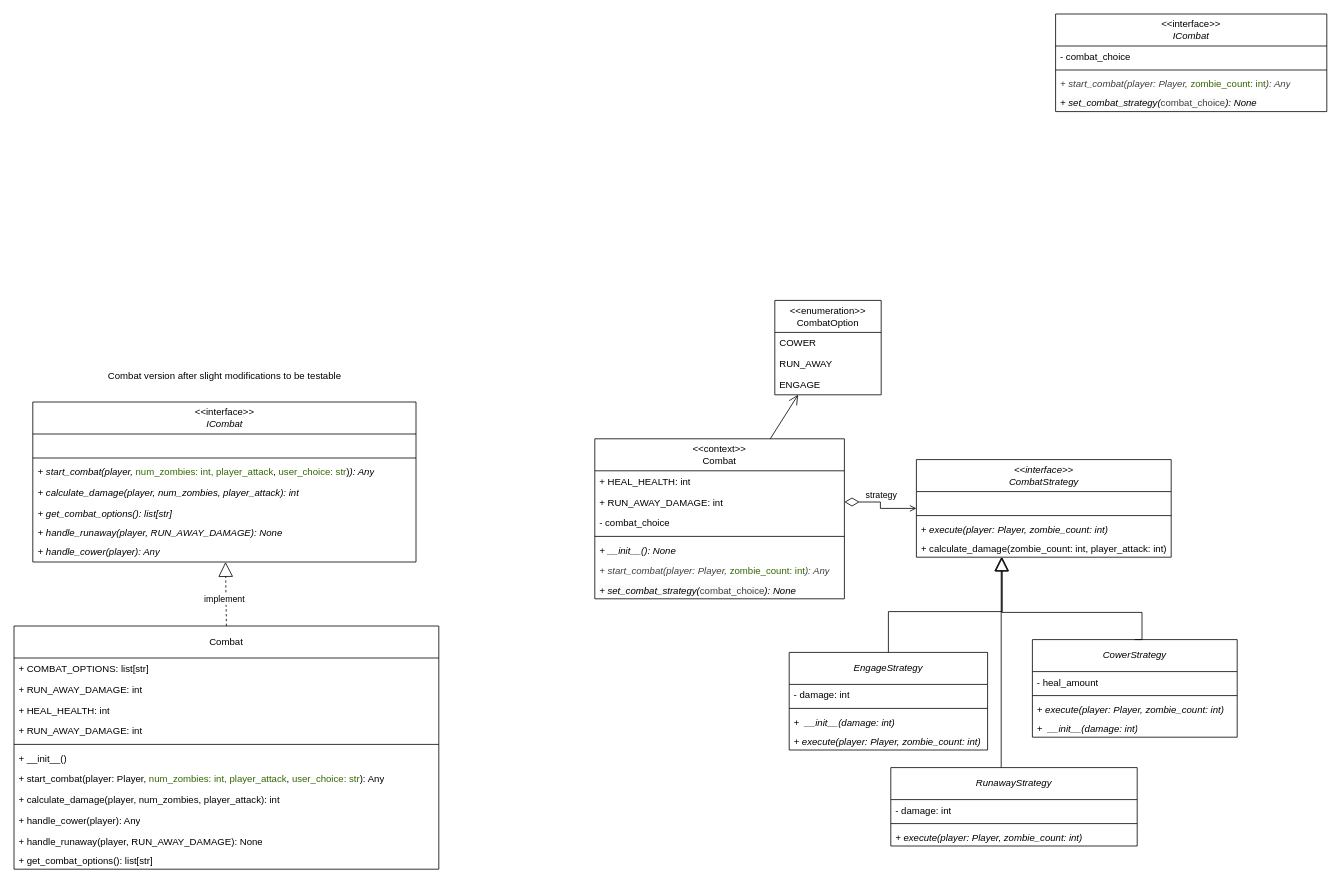
Above: page "combat_after" (1 of 2) of src/model_after_pattern/after_pattern.drawio in arsenie-sarmiento/ZombieInMyPocket (draw.io), before the change. Source tidied: cells renumbered, new cells numbered last; positions are measured from the earlier drawing's top-left corner, leaving out a move shared by most shapes. Both pictures are drawn from the tidied source at 80%, with x=0, y=0 at pixel (14, 14).
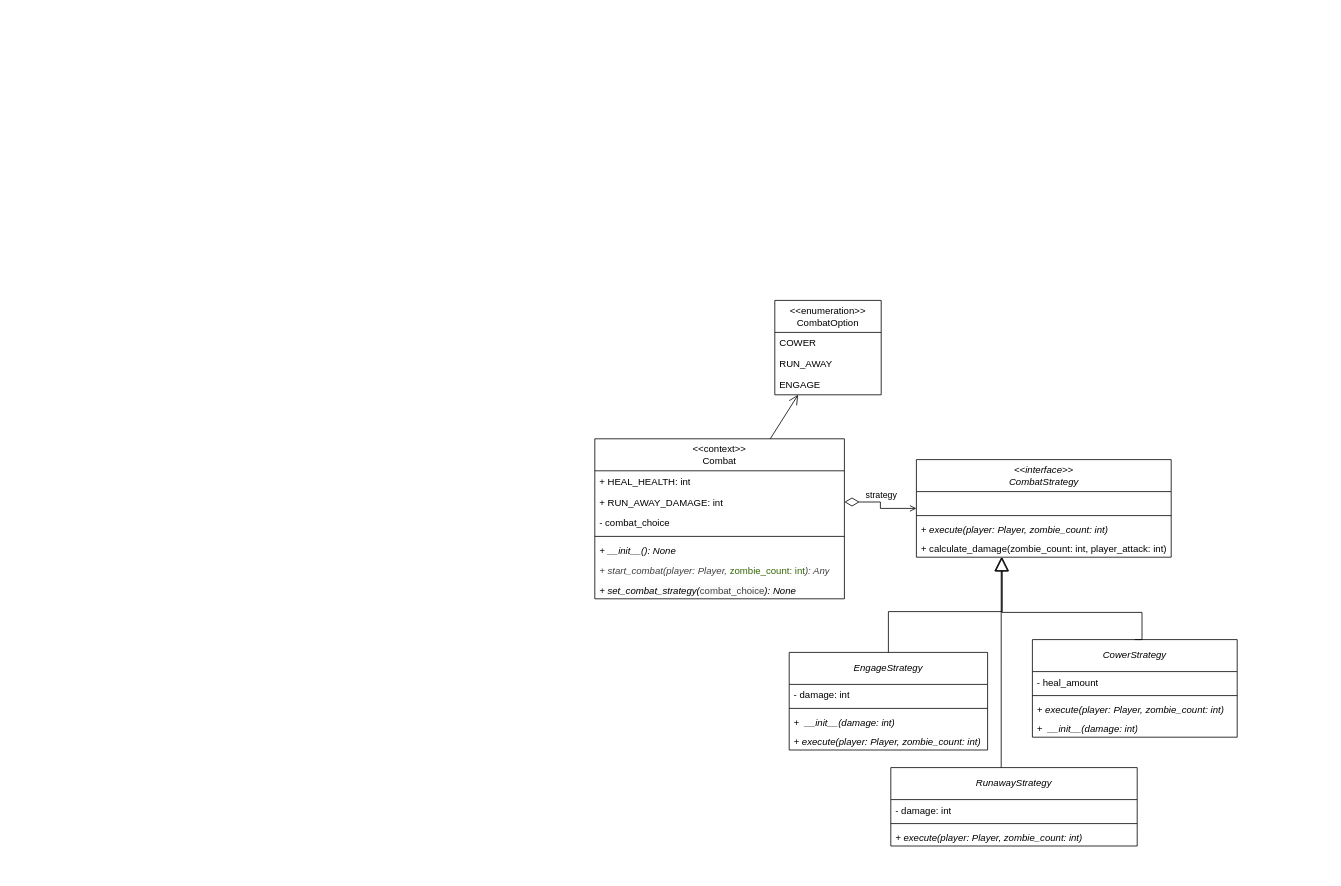
The same diagram, later.

Commit message (it also covers changes not shown here):
created decorator files, deleted other gametime after files

What changed in the source:
```diff
@@
-    <mxCell id="2" value="Combat version after slight modifications to be testable" style="text;html=1;align=center;verticalAlign=middle;strokeColor=none;fillColor=none;" parent="1" vertex="1">
-      <mxGeometry x="108.5" y="440" width="309" height="26" as="geometry" />
-    </mxCell>
-    <mxCell id="3" value="Combat" style="swimlane;fontStyle=0;horizontal=1;startSize=40;fillColor=none;whiteSpace=wrap;html=1;" parent="1" vertex="1">
-      <mxGeometry y="765" width="531" height="304" as="geometry" />
-    </mxCell>
-    <mxCell id="4" value="+ COMBAT_OPTIONS: list[str]" style="text;strokeColor=none;fillColor=none;align=left;verticalAlign=top;spacingLeft=4;spacingRight=4;overflow=hidden;whiteSpace=wrap;html=1;" parent="3" vertex="1">
-      <mxGeometry y="40" width="531" height="26" as="geometry" />
-    </mxCell>
-    <mxCell id="5" value="+ RUN_AWAY_DAMAGE: int" style="text;strokeColor=none;fillColor=none;align=left;verticalAlign=top;spacingLeft=4;spacingRight=4;overflow=hidden;whiteSpace=wrap;html=1;" parent="3" vertex="1">
-      <mxGeometry y="66" width="531" height="26" as="geometry" />
-    </mxCell>
-    <mxCell id="6" value="&lt;span style=&quot;color: rgb(0, 0, 0);&quot;&gt;+ HEAL_HEALTH: int&lt;/span&gt;" style="text;strokeColor=none;fillColor=none;align=left;verticalAlign=top;spacingLeft=4;spacingRight=4;overflow=hidden;whiteSpace=wrap;html=1;" parent="3" vertex="1">
-      <mxGeometry y="92" width="531" height="26" as="geometry" />
-    </mxCell>
-    <mxCell id="7" value="&lt;span style=&quot;color: rgb(0, 0, 0);&quot;&gt;+ RUN_AWAY_DAMAGE: int&lt;/span&gt;" style="text;strokeColor=none;fillColor=none;align=left;verticalAlign=top;spacingLeft=4;spacingRight=4;overflow=hidden;whiteSpace=wrap;html=1;" parent="3" vertex="1">
-      <mxGeometry y="118" width="531" height="26" as="geometry" />
-    </mxCell>
-    <mxCell id="8" style="line;strokeWidth=1;fillColor=none;align=left;verticalAlign=middle;spacingTop=-1;spacingLeft=3;spacingRight=3;labelPosition=right;strokeColor=inherit;" parent="3" vertex="1">
-      <mxGeometry y="144" width="531" height="8" as="geometry" />
-    </mxCell>
-    <mxCell id="9" value="+&amp;nbsp;__init__()" style="text;strokeColor=none;fillColor=none;align=left;verticalAlign=top;spacingLeft=4;spacingRight=4;overflow=hidden;whiteSpace=wrap;html=1;fontStyle=0;" parent="3" vertex="1">
-      <mxGeometry y="152" width="531" height="26" as="geometry" />
-    </mxCell>
-    <mxCell id="10" value="+&amp;nbsp;start_combat(player: Player, &lt;font style=&quot;color: rgb(51, 102, 0);&quot;&gt;num_zombies: int, player_attack&lt;/font&gt;,&amp;nbsp;&lt;font style=&quot;color: rgb(51, 102, 0);&quot;&gt;user_choice: str&lt;/font&gt;): Any" style="text;strokeColor=none;fillColor=none;align=left;verticalAlign=top;spacingLeft=4;spacingRight=4;overflow=hidden;whiteSpace=wrap;html=1;fontStyle=0;" parent="3" vertex="1">
-      <mxGeometry y="178" width="531" height="26" as="geometry" />
-    </mxCell>
-    <mxCell id="11" value="+&amp;nbsp;calculate_damage(player, num_zombies, player_attack): int" style="text;strokeColor=none;fillColor=none;align=left;verticalAlign=top;spacingLeft=4;spacingRight=4;overflow=hidden;whiteSpace=wrap;html=1;fontStyle=0;" parent="3" vertex="1">
-      <mxGeometry y="204" width="531" height="26" as="geometry" />
-    </mxCell>
-    <mxCell id="12" value="+&amp;nbsp;handle_cower(player): Any" style="text;strokeColor=none;fillColor=none;align=left;verticalAlign=top;spacingLeft=4;spacingRight=4;overflow=hidden;whiteSpace=wrap;html=1;fontStyle=0;" parent="3" vertex="1">
-      <mxGeometry y="230" width="531" height="26" as="geometry" />
-    </mxCell>
-    <mxCell id="13" value="+&amp;nbsp;handle_runaway(player, RUN_AWAY_DAMAGE): None" style="text;strokeColor=none;fillColor=none;align=left;verticalAlign=top;spacingLeft=4;spacingRight=4;overflow=hidden;whiteSpace=wrap;html=1;fontStyle=0;" parent="3" vertex="1">
-      <mxGeometry y="256" width="531" height="24" as="geometry" />
-    </mxCell>
-    <mxCell id="14" value="+&amp;nbsp;get_combat_options():&amp;nbsp;&lt;span style=&quot;color: rgb(0, 0, 0);&quot;&gt;list[str]&lt;/span&gt;" style="text;strokeColor=none;fillColor=none;align=left;verticalAlign=top;spacingLeft=4;spacingRight=4;overflow=hidden;whiteSpace=wrap;html=1;fontStyle=0;" parent="3" vertex="1">
-      <mxGeometry y="280" width="531" height="24" as="geometry" />
-    </mxCell>
-    <mxCell id="15" value="&amp;lt;&amp;lt;interface&amp;gt;&amp;gt;&lt;br&gt;&lt;i&gt;ICombat&lt;/i&gt;" style="swimlane;fontStyle=0;horizontal=1;startSize=40;fillColor=none;whiteSpace=wrap;html=1;" parent="1" vertex="1">
-      <mxGeometry x="23.5" y="485" width="479" height="200" as="geometry" />
-    </mxCell>
-    <mxCell id="16" value="&amp;nbsp;" style="text;strokeColor=none;fillColor=none;align=left;verticalAlign=top;spacingLeft=4;spacingRight=4;overflow=hidden;whiteSpace=wrap;html=1;" parent="15" vertex="1">
-      <mxGeometry y="40" width="479" height="26" as="geometry" />
-    </mxCell>
-    <mxCell id="17" style="line;strokeWidth=1;fillColor=none;align=left;verticalAlign=middle;spacingTop=-1;spacingLeft=3;spacingRight=3;labelPosition=right;strokeColor=inherit;" parent="15" vertex="1">
-      <mxGeometry y="66" width="479" height="8" as="geometry" />
-    </mxCell>
-    <mxCell id="18" value="+&amp;nbsp;start_combat(player,&amp;nbsp;&lt;font style=&quot;scrollbar-color: rgb(226, 226, 226) rgb(251, 251, 251); font-style: normal; color: rgb(51, 102, 0);&quot;&gt;num_zombies: int, player_attack&lt;/font&gt;&lt;span style=&quot;color: rgb(0, 0, 0); font-style: normal;&quot;&gt;,&amp;nbsp;&lt;/span&gt;&lt;font style=&quot;scrollbar-color: rgb(226, 226, 226) rgb(251, 251, 251); font-style: normal; color: rgb(51, 102, 0);&quot;&gt;user_choice: str&lt;/font&gt;&lt;span style=&quot;color: rgb(0, 0, 0); font-style: normal;&quot;&gt;)&lt;/span&gt;): Any" style="text;strokeColor=none;fillColor=none;align=left;verticalAlign=top;spacingLeft=4;spacingRight=4;overflow=hidden;whiteSpace=wrap;html=1;fontStyle=2;" parent="15" vertex="1">
-      <mxGeometry y="74" width="479" height="26" as="geometry" />
-    </mxCell>
-    <mxCell id="19" value="+&amp;nbsp;calculate_damage(player, num_zombies, player_attack): int" style="text;strokeColor=none;fillColor=none;align=left;verticalAlign=top;spacingLeft=4;spacingRight=4;overflow=hidden;whiteSpace=wrap;html=1;fontStyle=2;" parent="15" vertex="1">
-      <mxGeometry y="100" width="479" height="26" as="geometry" />
-    </mxCell>
-    <mxCell id="20" value="+&amp;nbsp;get_combat_options():&amp;nbsp;&lt;span style=&quot;color: rgb(0, 0, 0);&quot;&gt;list[str]&lt;/span&gt;" style="text;strokeColor=none;fillColor=none;align=left;verticalAlign=top;spacingLeft=4;spacingRight=4;overflow=hidden;whiteSpace=wrap;html=1;fontStyle=2;" parent="15" vertex="1">
-      <mxGeometry y="126" width="479" height="24" as="geometry" />
-    </mxCell>
-    <mxCell id="21" value="+&amp;nbsp;handle_runaway(player, RUN_AWAY_DAMAGE): None" style="text;strokeColor=none;fillColor=none;align=left;verticalAlign=top;spacingLeft=4;spacingRight=4;overflow=hidden;whiteSpace=wrap;html=1;fontStyle=2;" parent="15" vertex="1">
-      <mxGeometry y="150" width="479" height="24" as="geometry" />
-    </mxCell>
-    <mxCell id="22" value="+&amp;nbsp;handle_cower(player): Any" style="text;strokeColor=none;fillColor=none;align=left;verticalAlign=top;spacingLeft=4;spacingRight=4;overflow=hidden;whiteSpace=wrap;html=1;fontStyle=2;" parent="15" vertex="1">
-      <mxGeometry y="174" width="479" height="26" as="geometry" />
-    </mxCell>
-    <mxCell id="23" style="edgeStyle=none;html=1;strokeColor=default;endArrow=block;endFill=0;dashed=1;strokeWidth=1;endSize=16;exitX=0.5;exitY=0;exitDx=0;exitDy=0;" parent="1" edge="1" source="3" target="15">
-      <mxGeometry relative="1" as="geometry" />
-    </mxCell>
-    <mxCell id="24" value="implement" style="edgeLabel;html=1;align=center;verticalAlign=middle;" parent="23" vertex="1">
-      <mxGeometry x="-0.13" y="3" relative="1" as="geometry">
-        <mxPoint y="1" as="offset" />
-      </mxGeometry>
-    </mxCell>
@@
-    <mxCell id="62" value="&amp;lt;&amp;lt;interface&amp;gt;&amp;gt;&lt;div&gt;&lt;i&gt;ICombat&lt;/i&gt;&lt;/div&gt;" style="swimlane;fontStyle=0;horizontal=1;startSize=40;fillColor=none;whiteSpace=wrap;html=1;" parent="1" vertex="1">
-      <mxGeometry x="1302" width="339" height="122" as="geometry" />
-    </mxCell>
-    <mxCell id="63" value="- combat_choice" style="text;strokeColor=none;fillColor=none;align=left;verticalAlign=top;spacingLeft=4;spacingRight=4;overflow=hidden;whiteSpace=wrap;html=1;" parent="62" vertex="1">
-      <mxGeometry y="40" width="339" height="26" as="geometry" />
-    </mxCell>
-    <mxCell id="64" style="line;strokeWidth=1;fillColor=none;align=left;verticalAlign=middle;spacingTop=-1;spacingLeft=3;spacingRight=3;labelPosition=right;strokeColor=inherit;" parent="62" vertex="1">
-      <mxGeometry y="66" width="339" height="8" as="geometry" />
-    </mxCell>
-    <mxCell id="65" value="&lt;span style=&quot;color: rgb(63, 63, 63);&quot;&gt;+&amp;nbsp;start_combat(player: Player,&amp;nbsp;&lt;/span&gt;&lt;font style=&quot;scrollbar-color: rgb(226, 226, 226) rgb(251, 251, 251); font-style: normal; color: rgb(51, 102, 0);&quot;&gt;zombie_count: int&lt;/font&gt;&lt;span style=&quot;color: rgb(63, 63, 63);&quot;&gt;): Any&lt;/span&gt;" style="text;strokeColor=none;fillColor=none;align=left;verticalAlign=top;spacingLeft=4;spacingRight=4;overflow=hidden;whiteSpace=wrap;html=1;fontStyle=2;fontColor=default;" parent="62" vertex="1">
-      <mxGeometry y="74" width="339" height="24" as="geometry" />
-    </mxCell>
-    <mxCell id="66" value="&lt;span style=&quot;scrollbar-color: rgb(226, 226, 226) rgb(251, 251, 251); background-color: rgb(251, 251, 251); float: none; display: inline !important; color: rgb(0, 0, 0);&quot;&gt;+ set_combat_strategy(&lt;/span&gt;&lt;span style=&quot;scrollbar-color: rgb(226, 226, 226) rgb(251, 251, 251); font-style: normal; background-color: rgb(251, 251, 251); color: rgb(63, 63, 63);&quot;&gt;combat_choice&lt;/span&gt;&lt;span style=&quot;scrollbar-color: rgb(226, 226, 226) rgb(251, 251, 251); background-color: rgb(251, 251, 251); float: none; display: inline !important; color: rgb(0, 0, 0);&quot;&gt;): None&lt;/span&gt;" style="text;strokeColor=none;fillColor=none;align=left;verticalAlign=top;spacingLeft=4;spacingRight=4;overflow=hidden;whiteSpace=wrap;html=1;fontStyle=2;fontColor=default;" parent="62" vertex="1">
-      <mxGeometry y="98" width="339" height="24" as="geometry" />
-    </mxCell>
```
